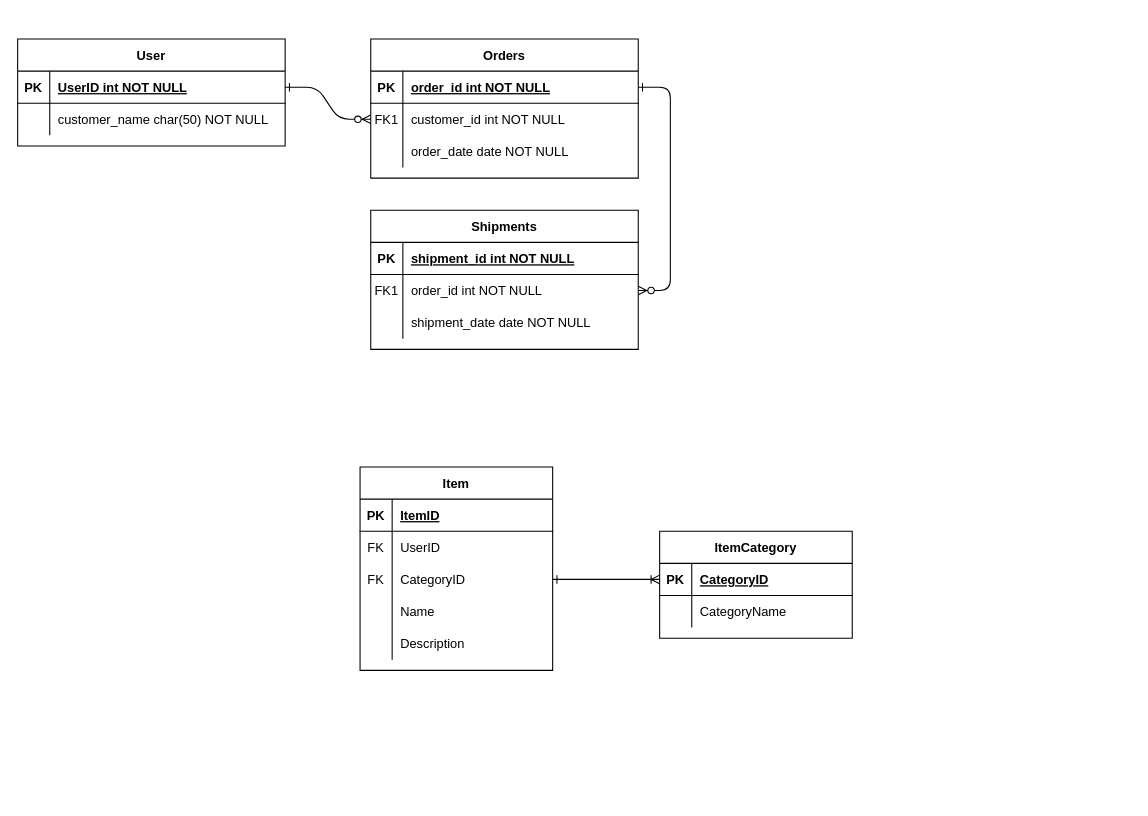
This is Auction ERD.drawio from vardan5/AuctionWeb, a draw.io file, before an edit. Source tidied: cells renumbered, new cells numbered last; positions are measured from the earlier drawing's top-left corner, leaving out a move shared by most shapes. Both pictures are drawn from the tidied source at 107%, with x=0, y=0 at pixel (17, 39).
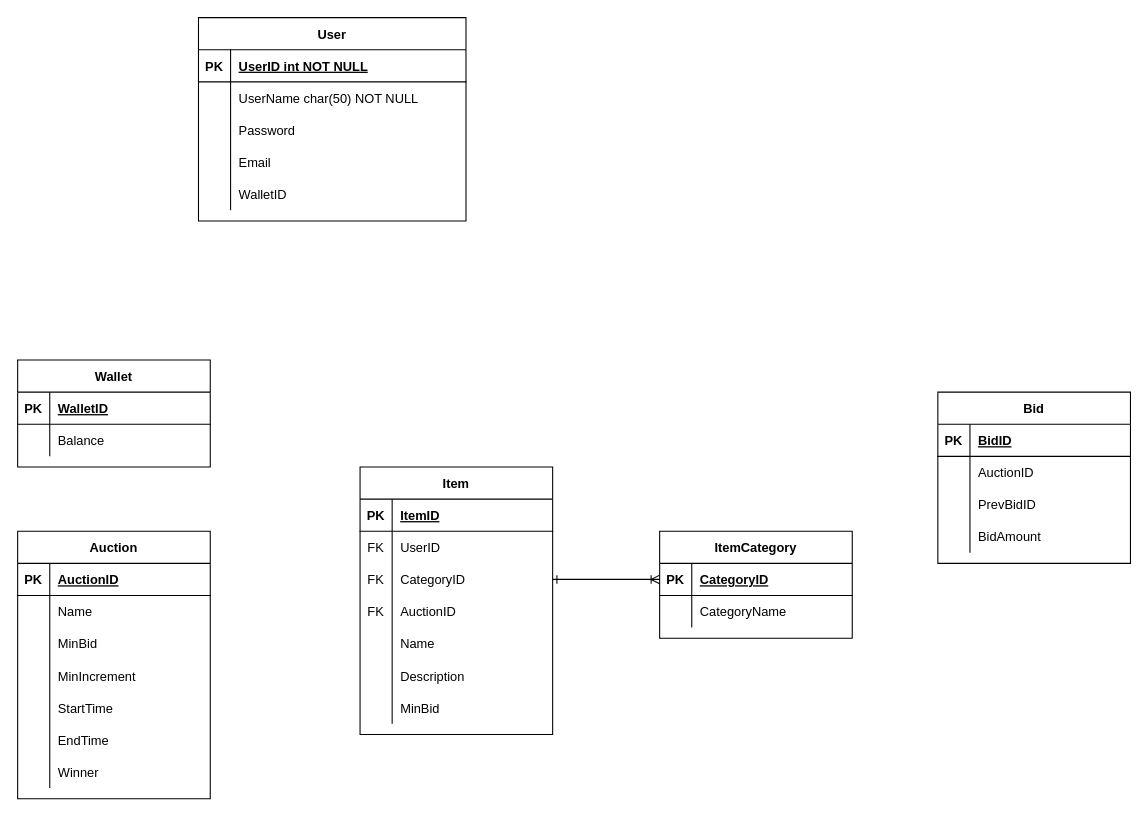
After the change.

The change refers to these unchanged cells:
```xml
<mxCell id="25" style="shape=partialRectangle;fillColor=none;points=[[0,0.5],[1,0.5]];portConstraint=eastwest;top=0;left=0;right=0;bottom=1;" parent="24" vertex="1">
  <mxGeometry y="30" width="250" height="30" as="geometry" />
</mxCell>
<mxCell id="28" style="shape=partialRectangle;fillColor=none;top=0;left=0;right=0;bottom=0;" parent="24" vertex="1">
  <mxGeometry y="60" width="250" height="30" as="geometry" />
</mxCell>
```

Diff of the diagram source:
```diff
@@
-    <mxCell id="2" style="edgeStyle=entityRelationEdgeStyle;endArrow=ERzeroToMany;startArrow=ERone;endFill=1;startFill=0;" parent="1" edge="1" source="25" target="8">
-      <mxGeometry relative="1" as="geometry" />
-    </mxCell>
-    <mxCell id="3" style="edgeStyle=entityRelationEdgeStyle;endArrow=ERzeroToMany;startArrow=ERone;endFill=1;startFill=0;" parent="1" edge="1" source="5" target="18">
-      <mxGeometry relative="1" as="geometry" />
-    </mxCell>
-    <mxCell id="4" value="Orders" style="shape=table;startSize=30;childLayout=tableLayout;rowLines=0;fontStyle=1;align=center;" parent="1" vertex="1">
-      <mxGeometry x="330" width="250" height="130" as="geometry" />
-    </mxCell>
-    <mxCell id="5" style="shape=partialRectangle;fillColor=none;points=[[0,0.5],[1,0.5]];portConstraint=eastwest;top=0;left=0;right=0;bottom=1;" parent="4" vertex="1">
-      <mxGeometry y="30" width="250" height="30" as="geometry" />
-    </mxCell>
-    <mxCell id="6" value="PK" style="shape=partialRectangle;overflow=hidden;fillColor=none;top=0;left=0;bottom=0;right=0;fontStyle=1;" parent="5" vertex="1">
-      <mxGeometry width="30" height="30" as="geometry" />
-    </mxCell>
-    <mxCell id="7" value="order_id int NOT NULL " style="shape=partialRectangle;overflow=hidden;fillColor=none;top=0;left=0;bottom=0;right=0;align=left;spacingLeft=6;fontStyle=5;" parent="5" vertex="1">
-      <mxGeometry x="30" width="220" height="30" as="geometry" />
-    </mxCell>
-    <mxCell id="8" style="shape=partialRectangle;fillColor=none;points=[[0,0.5],[1,0.5]];portConstraint=eastwest;top=0;left=0;right=0;bottom=0;" parent="4" vertex="1">
-      <mxGeometry y="60" width="250" height="30" as="geometry" />
-    </mxCell>
-    <mxCell id="9" value="FK1" style="shape=partialRectangle;overflow=hidden;fillColor=none;top=0;left=0;bottom=0;right=0;" parent="8" vertex="1">
-      <mxGeometry width="30" height="30" as="geometry" />
-    </mxCell>
-    <mxCell id="10" value="customer_id int NOT NULL" style="shape=partialRectangle;overflow=hidden;fillColor=none;top=0;left=0;bottom=0;right=0;align=left;spacingLeft=6;" parent="8" vertex="1">
-      <mxGeometry x="30" width="220" height="30" as="geometry" />
-    </mxCell>
-    <mxCell id="11" style="shape=partialRectangle;fillColor=none;top=0;left=0;right=0;bottom=0;" parent="4" vertex="1">
-      <mxGeometry y="90" width="250" height="30" as="geometry" />
-    </mxCell>
-    <mxCell id="12" style="shape=partialRectangle;overflow=hidden;fillColor=none;top=0;left=0;bottom=0;right=0;" parent="11" vertex="1">
-      <mxGeometry width="30" height="30" as="geometry" />
-    </mxCell>
-    <mxCell id="13" value="order_date date NOT NULL" style="shape=partialRectangle;overflow=hidden;fillColor=none;top=0;left=0;bottom=0;right=0;align=left;spacingLeft=6;" parent="11" vertex="1">
-      <mxGeometry x="30" width="220" height="30" as="geometry" />
-    </mxCell>
-    <mxCell id="14" value="Shipments" style="shape=table;startSize=30;childLayout=tableLayout;rowLines=0;fontStyle=1;align=center;" parent="1" vertex="1">
-      <mxGeometry x="330" y="160" width="250" height="130" as="geometry" />
-    </mxCell>
-    <mxCell id="15" style="shape=partialRectangle;fillColor=none;top=0;left=0;right=0;bottom=1;" parent="14" vertex="1">
-      <mxGeometry y="30" width="250" height="30" as="geometry" />
-    </mxCell>
-    <mxCell id="16" value="PK" style="shape=partialRectangle;overflow=hidden;fillColor=none;top=0;left=0;bottom=0;right=0;fontStyle=1;" parent="15" vertex="1">
-      <mxGeometry width="30" height="30" as="geometry" />
-    </mxCell>
-    <mxCell id="17" value="shipment_id int NOT NULL " style="shape=partialRectangle;overflow=hidden;fillColor=none;top=0;left=0;bottom=0;right=0;align=left;spacingLeft=6;fontStyle=5;" parent="15" vertex="1">
-      <mxGeometry x="30" width="220" height="30" as="geometry" />
-    </mxCell>
-    <mxCell id="18" style="shape=partialRectangle;fillColor=none;points=[[0,0.5],[1,0.5]];portConstraint=eastwest;top=0;left=0;right=0;bottom=0;" parent="14" vertex="1">
-      <mxGeometry y="60" width="250" height="30" as="geometry" />
-    </mxCell>
-    <mxCell id="19" value="FK1" style="shape=partialRectangle;overflow=hidden;fillColor=none;top=0;left=0;bottom=0;right=0;" parent="18" vertex="1">
-      <mxGeometry width="30" height="30" as="geometry" />
-    </mxCell>
-    <mxCell id="20" value="order_id int NOT NULL" style="shape=partialRectangle;overflow=hidden;fillColor=none;top=0;left=0;bottom=0;right=0;align=left;spacingLeft=6;" parent="18" vertex="1">
-      <mxGeometry x="30" width="220" height="30" as="geometry" />
-    </mxCell>
-    <mxCell id="21" style="shape=partialRectangle;fillColor=none;top=0;left=0;right=0;bottom=0;" parent="14" vertex="1">
-      <mxGeometry y="90" width="250" height="30" as="geometry" />
-    </mxCell>
-    <mxCell id="22" style="shape=partialRectangle;overflow=hidden;fillColor=none;top=0;left=0;bottom=0;right=0;" parent="21" vertex="1">
-      <mxGeometry width="30" height="30" as="geometry" />
-    </mxCell>
-    <mxCell id="23" value="shipment_date date NOT NULL" style="shape=partialRectangle;overflow=hidden;fillColor=none;top=0;left=0;bottom=0;right=0;align=left;spacingLeft=6;" parent="21" vertex="1">
-      <mxGeometry x="30" width="220" height="30" as="geometry" />
-    </mxCell>
     <mxCell id="24" value="User" style="shape=table;startSize=30;childLayout=tableLayout;rowLines=0;fontStyle=1;align=center;" parent="1" vertex="1">
-      <mxGeometry width="250" height="100" as="geometry" />
+      <mxGeometry x="169" y="-20" width="250" height="190" as="geometry" />
     </mxCell>
@@
-    <mxCell id="30" value="customer_name char(50) NOT NULL" style="shape=partialRectangle;overflow=hidden;fillColor=none;top=0;left=0;bottom=0;right=0;align=left;spacingLeft=6;" parent="28" vertex="1">
+    <mxCell id="30" value="UserName char(50) NOT NULL" style="shape=partialRectangle;overflow=hidden;fillColor=none;top=0;left=0;bottom=0;right=0;align=left;spacingLeft=6;" parent="28" vertex="1">
       <mxGeometry x="30" width="220" height="30" as="geometry" />
     </mxCell>
+    <mxCell id="55" style="shape=partialRectangle;fillColor=none;top=0;left=0;right=0;bottom=0;" parent="24" vertex="1">
+      <mxGeometry y="90" width="250" height="30" as="geometry" />
+    </mxCell>
+    <mxCell id="56" style="shape=partialRectangle;overflow=hidden;fillColor=none;top=0;left=0;bottom=0;right=0;" parent="55" vertex="1">
+      <mxGeometry width="30" height="30" as="geometry" />
+    </mxCell>
+    <mxCell id="57" value="Password" style="shape=partialRectangle;overflow=hidden;fillColor=none;top=0;left=0;bottom=0;right=0;align=left;spacingLeft=6;" parent="55" vertex="1">
+      <mxGeometry x="30" width="220" height="30" as="geometry" />
+    </mxCell>
+    <mxCell id="58" style="shape=partialRectangle;fillColor=none;top=0;left=0;right=0;bottom=0;" parent="24" vertex="1">
+      <mxGeometry y="120" width="250" height="30" as="geometry" />
+    </mxCell>
+    <mxCell id="59" style="shape=partialRectangle;overflow=hidden;fillColor=none;top=0;left=0;bottom=0;right=0;" parent="58" vertex="1">
+      <mxGeometry width="30" height="30" as="geometry" />
+    </mxCell>
+    <mxCell id="60" value="Email" style="shape=partialRectangle;overflow=hidden;fillColor=none;top=0;left=0;bottom=0;right=0;align=left;spacingLeft=6;" parent="58" vertex="1">
+      <mxGeometry x="30" width="220" height="30" as="geometry" />
+    </mxCell>
+    <mxCell id="61" style="shape=partialRectangle;fillColor=none;top=0;left=0;right=0;bottom=0;" parent="24" vertex="1">
+      <mxGeometry y="150" width="250" height="30" as="geometry" />
+    </mxCell>
+    <mxCell id="62" style="shape=partialRectangle;overflow=hidden;fillColor=none;top=0;left=0;bottom=0;right=0;" parent="61" vertex="1">
+      <mxGeometry width="30" height="30" as="geometry" />
+    </mxCell>
+    <mxCell id="63" value="WalletID" style="shape=partialRectangle;overflow=hidden;fillColor=none;top=0;left=0;bottom=0;right=0;align=left;spacingLeft=6;" parent="61" vertex="1">
+      <mxGeometry x="30" width="220" height="30" as="geometry" />
+    </mxCell>
     <mxCell id="31" value="Item" style="shape=table;startSize=30;childLayout=tableLayout;rowLines=0;fontStyle=1;align=center;" parent="1" vertex="1">
-      <mxGeometry x="320" y="400" width="180" height="190" as="geometry" />
+      <mxGeometry x="320" y="400" width="180" height="250" as="geometry" />
     </mxCell>
@@
+    <mxCell id="64" style="shape=tableRow;horizontal=0;startSize=0;swimlaneHead=0;swimlaneBody=0;fillColor=none;top=0;left=0;right=0;bottom=0;" parent="31" vertex="1">
+      <mxGeometry y="120" width="180" height="30" as="geometry" />
+    </mxCell>
+    <mxCell id="65" value="FK" style="shape=partialRectangle;fillColor=none;top=0;left=0;bottom=0;right=0;overflow=hidden;" parent="64" vertex="1">
+      <mxGeometry width="30" height="30" as="geometry" />
+    </mxCell>
+    <mxCell id="66" value="AuctionID" style="shape=partialRectangle;fillColor=none;top=0;left=0;bottom=0;right=0;align=left;spacingLeft=6;overflow=hidden;" parent="64" vertex="1">
+      <mxGeometry x="30" width="150" height="30" as="geometry" />
+    </mxCell>
     <mxCell id="41" style="shape=tableRow;horizontal=0;startSize=0;swimlaneHead=0;swimlaneBody=0;fillColor=none;top=0;left=0;right=0;bottom=0;" parent="31" vertex="1">
-      <mxGeometry y="120" width="180" height="30" as="geometry" />
+      <mxGeometry y="150" width="180" height="30" as="geometry" />
     </mxCell>
@@
     <mxCell id="44" style="shape=tableRow;horizontal=0;startSize=0;swimlaneHead=0;swimlaneBody=0;fillColor=none;top=0;left=0;right=0;bottom=0;" parent="31" vertex="1">
-      <mxGeometry y="150" width="180" height="30" as="geometry" />
+      <mxGeometry y="180" width="180" height="30" as="geometry" />
     </mxCell>
@@
+    <mxCell id="67" style="shape=tableRow;horizontal=0;startSize=0;swimlaneHead=0;swimlaneBody=0;fillColor=none;top=0;left=0;right=0;bottom=0;" parent="31" vertex="1">
+      <mxGeometry y="210" width="180" height="30" as="geometry" />
+    </mxCell>
+    <mxCell id="68" style="shape=partialRectangle;fillColor=none;top=0;left=0;bottom=0;right=0;overflow=hidden;" parent="67" vertex="1">
+      <mxGeometry width="30" height="30" as="geometry" />
+    </mxCell>
+    <mxCell id="69" value="MinBid" style="shape=partialRectangle;fillColor=none;top=0;left=0;bottom=0;right=0;align=left;spacingLeft=6;overflow=hidden;" parent="67" vertex="1">
+      <mxGeometry x="30" width="150" height="30" as="geometry" />
+    </mxCell>
@@
+    <mxCell id="70" value="Wallet" style="shape=table;startSize=30;childLayout=tableLayout;rowLines=0;fontStyle=1;align=center;" parent="1" vertex="1">
+      <mxGeometry y="300" width="180" height="100" as="geometry" />
+    </mxCell>
+    <mxCell id="71" style="shape=tableRow;horizontal=0;startSize=0;swimlaneHead=0;swimlaneBody=0;fillColor=none;top=0;left=0;right=0;bottom=1;" parent="70" vertex="1">
+      <mxGeometry y="30" width="180" height="30" as="geometry" />
+    </mxCell>
+    <mxCell id="72" value="PK" style="shape=partialRectangle;fillColor=none;top=0;left=0;bottom=0;right=0;fontStyle=1;overflow=hidden;" parent="71" vertex="1">
+      <mxGeometry width="30" height="30" as="geometry" />
+    </mxCell>
+    <mxCell id="73" value="WalletID" style="shape=partialRectangle;fillColor=none;top=0;left=0;bottom=0;right=0;align=left;spacingLeft=6;fontStyle=5;overflow=hidden;" parent="71" vertex="1">
+      <mxGeometry x="30" width="150" height="30" as="geometry" />
+    </mxCell>
+    <mxCell id="74" style="shape=tableRow;horizontal=0;startSize=0;swimlaneHead=0;swimlaneBody=0;fillColor=none;top=0;left=0;right=0;bottom=0;" parent="70" vertex="1">
+      <mxGeometry y="60" width="180" height="30" as="geometry" />
+    </mxCell>
+    <mxCell id="75" style="shape=partialRectangle;fillColor=none;top=0;left=0;bottom=0;right=0;overflow=hidden;" parent="74" vertex="1">
+      <mxGeometry width="30" height="30" as="geometry" />
+    </mxCell>
+    <mxCell id="76" value="Balance" style="shape=partialRectangle;fillColor=none;top=0;left=0;bottom=0;right=0;align=left;spacingLeft=6;overflow=hidden;" parent="74" vertex="1">
+      <mxGeometry x="30" width="150" height="30" as="geometry" />
+    </mxCell>
+    <mxCell id="77" value="Auction" style="shape=table;startSize=30;childLayout=tableLayout;rowLines=0;fontStyle=1;align=center;" parent="1" vertex="1">
+      <mxGeometry y="460" width="180" height="250" as="geometry" />
+    </mxCell>
+    <mxCell id="78" style="shape=tableRow;horizontal=0;startSize=0;swimlaneHead=0;swimlaneBody=0;fillColor=none;top=0;left=0;right=0;bottom=1;" parent="77" vertex="1">
+      <mxGeometry y="30" width="180" height="30" as="geometry" />
+    </mxCell>
+    <mxCell id="79" value="PK" style="shape=partialRectangle;fillColor=none;top=0;left=0;bottom=0;right=0;fontStyle=1;overflow=hidden;" parent="78" vertex="1">
+      <mxGeometry width="30" height="30" as="geometry" />
+    </mxCell>
+    <mxCell id="80" value="AuctionID" style="shape=partialRectangle;fillColor=none;top=0;left=0;bottom=0;right=0;align=left;spacingLeft=6;fontStyle=5;overflow=hidden;" parent="78" vertex="1">
+      <mxGeometry x="30" width="150" height="30" as="geometry" />
+    </mxCell>
+    <mxCell id="81" style="shape=tableRow;horizontal=0;startSize=0;swimlaneHead=0;swimlaneBody=0;fillColor=none;top=0;left=0;right=0;bottom=0;" parent="77" vertex="1">
+      <mxGeometry y="60" width="180" height="30" as="geometry" />
+    </mxCell>
+    <mxCell id="82" style="shape=partialRectangle;fillColor=none;top=0;left=0;bottom=0;right=0;overflow=hidden;" parent="81" vertex="1">
+      <mxGeometry width="30" height="30" as="geometry" />
+    </mxCell>
+    <mxCell id="83" value="Name" style="shape=partialRectangle;fillColor=none;top=0;left=0;bottom=0;right=0;align=left;spacingLeft=6;overflow=hidden;" parent="81" vertex="1">
+      <mxGeometry x="30" width="150" height="30" as="geometry" />
+    </mxCell>
+    <mxCell id="84" style="shape=tableRow;horizontal=0;startSize=0;swimlaneHead=0;swimlaneBody=0;fillColor=none;top=0;left=0;right=0;bottom=0;" parent="77" vertex="1">
+      <mxGeometry y="90" width="180" height="30" as="geometry" />
+    </mxCell>
+    <mxCell id="85" style="shape=partialRectangle;fillColor=none;top=0;left=0;bottom=0;right=0;overflow=hidden;" parent="84" vertex="1">
+      <mxGeometry width="30" height="30" as="geometry" />
+    </mxCell>
+    <mxCell id="86" value="MinBid" style="shape=partialRectangle;fillColor=none;top=0;left=0;bottom=0;right=0;align=left;spacingLeft=6;overflow=hidden;" parent="84" vertex="1">
+      <mxGeometry x="30" width="150" height="30" as="geometry" />
+    </mxCell>
+    <mxCell id="87" style="shape=tableRow;horizontal=0;startSize=0;swimlaneHead=0;swimlaneBody=0;fillColor=none;top=0;left=0;right=0;bottom=0;" parent="77" vertex="1">
+      <mxGeometry y="120" width="180" height="30" as="geometry" />
+    </mxCell>
+    <mxCell id="88" style="shape=partialRectangle;fillColor=none;top=0;left=0;bottom=0;right=0;overflow=hidden;" parent="87" vertex="1">
+      <mxGeometry width="30" height="30" as="geometry" />
+    </mxCell>
+    <mxCell id="89" value="MinIncrement" style="shape=partialRectangle;fillColor=none;top=0;left=0;bottom=0;right=0;align=left;spacingLeft=6;overflow=hidden;" parent="87" vertex="1">
+      <mxGeometry x="30" width="150" height="30" as="geometry" />
+    </mxCell>
+    <mxCell id="90" style="shape=tableRow;horizontal=0;startSize=0;swimlaneHead=0;swimlaneBody=0;fillColor=none;top=0;left=0;right=0;bottom=0;" parent="77" vertex="1">
+      <mxGeometry y="150" width="180" height="30" as="geometry" />
+    </mxCell>
+    <mxCell id="91" style="shape=partialRectangle;fillColor=none;top=0;left=0;bottom=0;right=0;overflow=hidden;" parent="90" vertex="1">
+      <mxGeometry width="30" height="30" as="geometry" />
+    </mxCell>
+    <mxCell id="92" value="StartTime" style="shape=partialRectangle;fillColor=none;top=0;left=0;bottom=0;right=0;align=left;spacingLeft=6;overflow=hidden;" parent="90" vertex="1">
+      <mxGeometry x="30" width="150" height="30" as="geometry" />
+    </mxCell>
+    <mxCell id="93" style="shape=tableRow;horizontal=0;startSize=0;swimlaneHead=0;swimlaneBody=0;fillColor=none;top=0;left=0;right=0;bottom=0;" parent="77" vertex="1">
+      <mxGeometry y="180" width="180" height="30" as="geometry" />
+    </mxCell>
+    <mxCell id="94" style="shape=partialRectangle;fillColor=none;top=0;left=0;bottom=0;right=0;overflow=hidden;" parent="93" vertex="1">
+      <mxGeometry width="30" height="30" as="geometry" />
+    </mxCell>
+    <mxCell id="95" value="EndTime" style="shape=partialRectangle;fillColor=none;top=0;left=0;bottom=0;right=0;align=left;spacingLeft=6;overflow=hidden;" parent="93" vertex="1">
+      <mxGeometry x="30" width="150" height="30" as="geometry" />
+    </mxCell>
+    <mxCell id="96" style="shape=tableRow;horizontal=0;startSize=0;swimlaneHead=0;swimlaneBody=0;fillColor=none;top=0;left=0;right=0;bottom=0;" parent="77" vertex="1">
+      <mxGeometry y="210" width="180" height="30" as="geometry" />
+    </mxCell>
+    <mxCell id="97" style="shape=partialRectangle;fillColor=none;top=0;left=0;bottom=0;right=0;overflow=hidden;" parent="96" vertex="1">
+      <mxGeometry width="30" height="30" as="geometry" />
+    </mxCell>
+    <mxCell id="98" value="Winner" style="shape=partialRectangle;fillColor=none;top=0;left=0;bottom=0;right=0;align=left;spacingLeft=6;overflow=hidden;" parent="96" vertex="1">
+      <mxGeometry x="30" width="150" height="30" as="geometry" />
+    </mxCell>
+    <mxCell id="99" value="Bid" style="shape=table;startSize=30;childLayout=tableLayout;rowLines=0;fontStyle=1;align=center;" parent="1" vertex="1">
+      <mxGeometry x="860" y="330" width="180" height="160" as="geometry" />
+    </mxCell>
+    <mxCell id="100" style="shape=tableRow;horizontal=0;startSize=0;swimlaneHead=0;swimlaneBody=0;fillColor=none;top=0;left=0;right=0;bottom=1;" parent="99" vertex="1">
+      <mxGeometry y="30" width="180" height="30" as="geometry" />
+    </mxCell>
+    <mxCell id="101" value="PK" style="shape=partialRectangle;fillColor=none;top=0;left=0;bottom=0;right=0;fontStyle=1;overflow=hidden;" parent="100" vertex="1">
+      <mxGeometry width="30" height="30" as="geometry" />
+    </mxCell>
+    <mxCell id="102" value="BidID" style="shape=partialRectangle;fillColor=none;top=0;left=0;bottom=0;right=0;align=left;spacingLeft=6;fontStyle=5;overflow=hidden;" parent="100" vertex="1">
+      <mxGeometry x="30" width="150" height="30" as="geometry" />
+    </mxCell>
+    <mxCell id="103" style="shape=tableRow;horizontal=0;startSize=0;swimlaneHead=0;swimlaneBody=0;fillColor=none;top=0;left=0;right=0;bottom=0;" parent="99" vertex="1">
+      <mxGeometry y="60" width="180" height="30" as="geometry" />
+    </mxCell>
+    <mxCell id="104" style="shape=partialRectangle;fillColor=none;top=0;left=0;bottom=0;right=0;overflow=hidden;" parent="103" vertex="1">
+      <mxGeometry width="30" height="30" as="geometry" />
+    </mxCell>
+    <mxCell id="105" value="AuctionID" style="shape=partialRectangle;fillColor=none;top=0;left=0;bottom=0;right=0;align=left;spacingLeft=6;overflow=hidden;" parent="103" vertex="1">
+      <mxGeometry x="30" width="150" height="30" as="geometry" />
+    </mxCell>
+    <mxCell id="106" style="shape=tableRow;horizontal=0;startSize=0;swimlaneHead=0;swimlaneBody=0;fillColor=none;top=0;left=0;right=0;bottom=0;" parent="99" vertex="1">
+      <mxGeometry y="90" width="180" height="30" as="geometry" />
+    </mxCell>
+    <mxCell id="107" style="shape=partialRectangle;fillColor=none;top=0;left=0;bottom=0;right=0;overflow=hidden;" parent="106" vertex="1">
+      <mxGeometry width="30" height="30" as="geometry" />
+    </mxCell>
+    <mxCell id="108" value="PrevBidID" style="shape=partialRectangle;fillColor=none;top=0;left=0;bottom=0;right=0;align=left;spacingLeft=6;overflow=hidden;" parent="106" vertex="1">
+      <mxGeometry x="30" width="150" height="30" as="geometry" />
+    </mxCell>
+    <mxCell id="109" style="shape=tableRow;horizontal=0;startSize=0;swimlaneHead=0;swimlaneBody=0;fillColor=none;top=0;left=0;right=0;bottom=0;" parent="99" vertex="1">
+      <mxGeometry y="120" width="180" height="30" as="geometry" />
+    </mxCell>
+    <mxCell id="110" style="shape=partialRectangle;fillColor=none;top=0;left=0;bottom=0;right=0;overflow=hidden;" parent="109" vertex="1">
+      <mxGeometry width="30" height="30" as="geometry" />
+    </mxCell>
+    <mxCell id="111" value="BidAmount" style="shape=partialRectangle;fillColor=none;top=0;left=0;bottom=0;right=0;align=left;spacingLeft=6;overflow=hidden;" parent="109" vertex="1">
+      <mxGeometry x="30" width="150" height="30" as="geometry" />
+    </mxCell>
```
